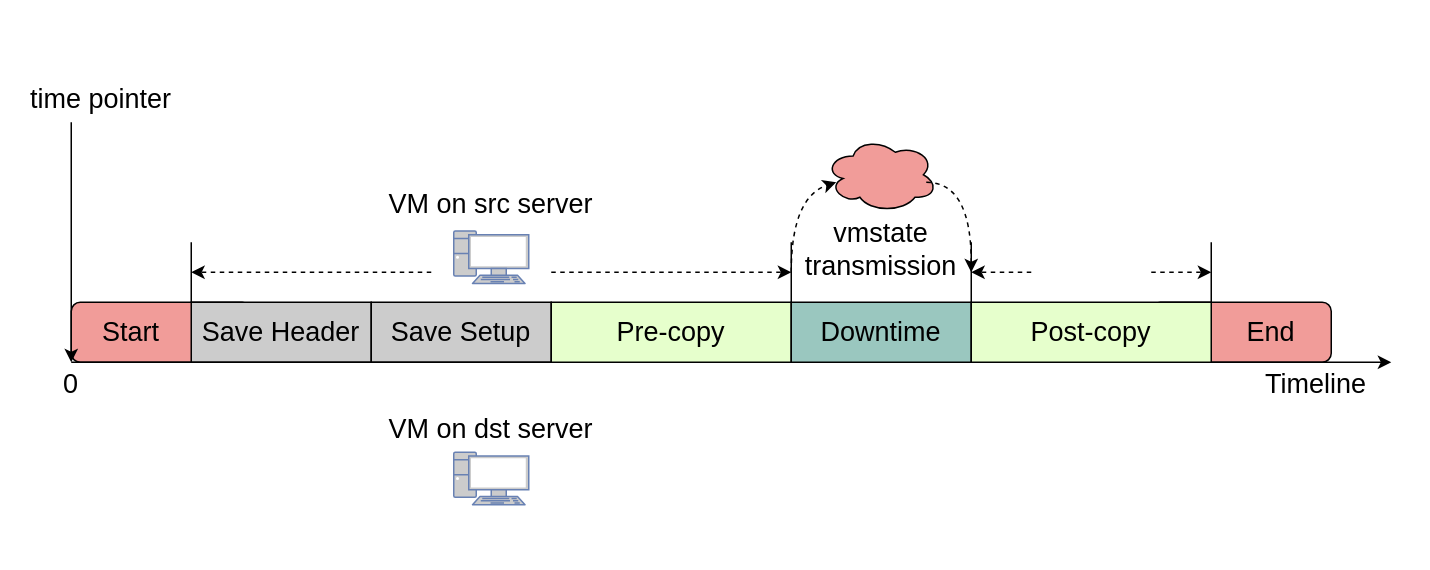
This is qemu-migration/postcopy error model.drawio from xuyizhe1999/drawio, a draw.io file, before an edit. Source tidied: cells renumbered, new cells numbered last; positions are measured from the earlier drawing's top-left corner, leaving out a move shared by most shapes. Both pictures are drawn from the tidied source at 150%, with x=0, y=0 at pixel (26, 76).
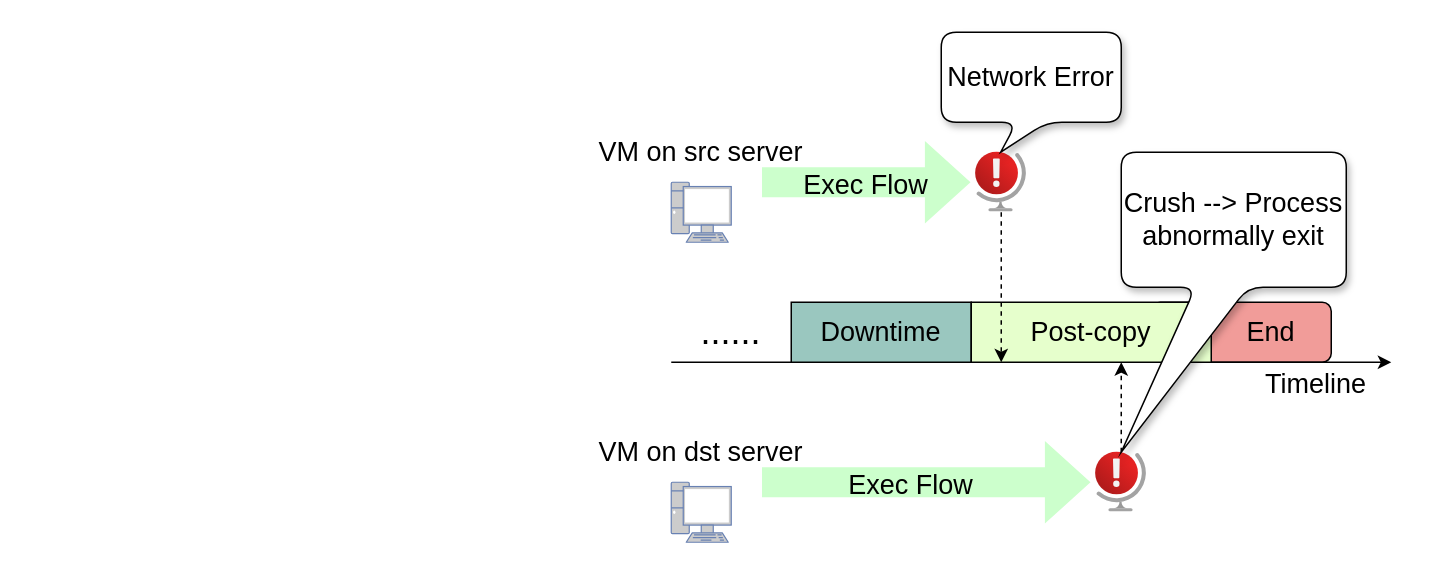
The same diagram, later.

Unchanged cells that the change refers to:
```xml
<mxCell id="10" value="Post-copy" style="rounded=0;whiteSpace=wrap;html=1;fontSize=18;fillColor=#E6FFCC;" parent="1" vertex="1">
  <mxGeometry x="630" y="150" width="160" height="40" as="geometry" />
</mxCell>
```

The edit, as a diff of the source:
```diff
@@
-    <mxCell id="3" style="rounded=1;whiteSpace=wrap;html=1;fillColor=#F19C99;" parent="1" vertex="1">
-      <mxGeometry x="30" y="150" width="120" height="40" as="geometry" />
-    </mxCell>
-    <mxCell id="4" value="&lt;font style=&quot;font-size: 18px;&quot;&gt;Start&lt;/font&gt;" style="text;html=1;strokeColor=none;fillColor=none;align=center;verticalAlign=middle;whiteSpace=wrap;rounded=0;" parent="1" vertex="1">
-      <mxGeometry x="40" y="155" width="60" height="30" as="geometry" />
-    </mxCell>
-    <mxCell id="5" value="Save Header" style="rounded=0;whiteSpace=wrap;html=1;fontSize=18;fillColor=#CCCCCC;" parent="1" vertex="1">
-      <mxGeometry x="110" y="150" width="120" height="40" as="geometry" />
-    </mxCell>
-    <mxCell id="6" value="Save Setup" style="rounded=0;whiteSpace=wrap;html=1;fontSize=18;fillColor=#CCCCCC;" parent="1" vertex="1">
-      <mxGeometry x="230" y="150" width="120" height="40" as="geometry" />
-    </mxCell>
     <mxCell id="7" style="endArrow=classic;html=1;rounded=0;fontSize=18;" parent="1" edge="1">
       <mxGeometry relative="1" as="geometry">
-        <mxPoint x="30" y="190" as="sourcePoint" />
+        <mxPoint x="430" y="190" as="sourcePoint" />
         <mxPoint x="910" y="190" as="targetPoint" />
       </mxGeometry>
     </mxCell>
-    <mxCell id="8" value="Pre-copy" style="rounded=0;whiteSpace=wrap;html=1;fontSize=18;fillColor=#E6FFCC;" parent="1" vertex="1">
-      <mxGeometry x="350" y="150" width="160" height="40" as="geometry" />
-    </mxCell>
@@
     <mxCell id="13" style="fontColor=#0066CC;verticalAlign=top;verticalLabelPosition=bottom;labelPosition=center;align=center;html=1;fillColor=#CCCCCC;strokeColor=#6881B3;gradientColor=none;gradientDirection=north;strokeWidth=2;shape=mxgraph.networks.pc;fontSize=18;" parent="1" vertex="1">
-      <mxGeometry x="285" y="102.5" width="50" height="35" as="geometry" />
+      <mxGeometry x="430" y="70" width="40" height="40" as="geometry" />
     </mxCell>
-    <mxCell id="14" style="endArrow=none;html=1;rounded=0;fontSize=18;" parent="1" edge="1">
-      <mxGeometry relative="1" as="geometry">
-        <mxPoint x="110" y="150" as="sourcePoint" />
-        <mxPoint x="110" y="110" as="targetPoint" />
-      </mxGeometry>
-    </mxCell>
-    <mxCell id="15" style="endArrow=none;html=1;rounded=0;fontSize=18;" parent="1" edge="1">
-      <mxGeometry relative="1" as="geometry">
-        <mxPoint x="510" y="150" as="sourcePoint" />
-        <mxPoint x="510" y="110" as="targetPoint" />
-      </mxGeometry>
-    </mxCell>
     <mxCell id="16" value="VM on src server" style="text;html=1;strokeColor=none;fillColor=none;align=center;verticalAlign=middle;whiteSpace=wrap;rounded=0;fontSize=18;" parent="1" vertex="1">
-      <mxGeometry x="230" y="70" width="160" height="30" as="geometry" />
+      <mxGeometry x="370" y="30" width="160" height="40" as="geometry" />
     </mxCell>
-    <mxCell id="17" style="endArrow=classic;html=1;rounded=0;fontSize=18;dashed=1;" parent="1" edge="1">
-      <mxGeometry relative="1" as="geometry">
-        <mxPoint x="270" y="130" as="sourcePoint" />
-        <mxPoint x="110" y="130" as="targetPoint" />
-      </mxGeometry>
-    </mxCell>
-    <mxCell id="18" style="endArrow=classic;html=1;rounded=0;fontSize=18;dashed=1;" parent="1" edge="1">
-      <mxGeometry relative="1" as="geometry">
-        <mxPoint x="350" y="130" as="sourcePoint" />
-        <mxPoint x="510" y="130" as="targetPoint" />
-      </mxGeometry>
-    </mxCell>
-    <mxCell id="19" style="endArrow=none;html=1;rounded=0;fontSize=18;" parent="1" edge="1">
-      <mxGeometry relative="1" as="geometry">
-        <mxPoint x="630" y="150" as="sourcePoint" />
-        <mxPoint x="630" y="110" as="targetPoint" />
-      </mxGeometry>
-    </mxCell>
-    <mxCell id="20" style="endArrow=none;html=1;rounded=0;fontSize=18;" parent="1" edge="1">
-      <mxGeometry relative="1" as="geometry">
-        <mxPoint x="790" y="150" as="sourcePoint" />
-        <mxPoint x="790" y="110" as="targetPoint" />
-      </mxGeometry>
-    </mxCell>
     <mxCell id="21" style="fontColor=#0066CC;verticalAlign=top;verticalLabelPosition=bottom;labelPosition=center;align=center;html=1;fillColor=#CCCCCC;strokeColor=#6881B3;gradientColor=none;gradientDirection=north;strokeWidth=2;shape=mxgraph.networks.pc;fontSize=18;" parent="1" vertex="1">
-      <mxGeometry x="285" y="250" width="50" height="35" as="geometry" />
+      <mxGeometry x="430" y="270" width="40" height="40" as="geometry" />
     </mxCell>
-    <mxCell id="22" style="endArrow=classic;html=1;rounded=0;fontSize=18;dashed=1;" parent="1" edge="1">
-      <mxGeometry relative="1" as="geometry">
-        <mxPoint x="670" y="130" as="sourcePoint" />
-        <mxPoint x="630" y="130" as="targetPoint" />
-      </mxGeometry>
-    </mxCell>
-    <mxCell id="23" style="endArrow=classic;html=1;rounded=0;fontSize=18;dashed=1;" parent="1" edge="1">
-      <mxGeometry relative="1" as="geometry">
-        <mxPoint x="750" y="130" as="sourcePoint" />
-        <mxPoint x="790" y="130" as="targetPoint" />
-      </mxGeometry>
-    </mxCell>
     <mxCell id="24" value="VM on dst server" style="text;html=1;strokeColor=none;fillColor=none;align=center;verticalAlign=middle;whiteSpace=wrap;rounded=0;fontSize=18;" parent="1" vertex="1">
-      <mxGeometry x="230" y="220" width="160" height="30" as="geometry" />
+      <mxGeometry x="370" y="230" width="160" height="40" as="geometry" />
     </mxCell>
-    <mxCell id="25" style="ellipse;shape=cloud;whiteSpace=wrap;html=1;fontSize=18;fillColor=#F19C99;" parent="1" vertex="1">
-      <mxGeometry x="532.5" y="40" width="75" height="50" as="geometry" />
-    </mxCell>
-    <mxCell id="26" style="curved=1;endArrow=classic;html=1;rounded=0;fontSize=18;dashed=1;" parent="1" edge="1">
-      <mxGeometry relative="1" as="geometry">
-        <mxPoint x="510" y="130" as="sourcePoint" />
-        <mxPoint x="540" y="70" as="targetPoint" />
-        <Array as="points">
-          <mxPoint x="510" y="80" />
-        </Array>
-      </mxGeometry>
-    </mxCell>
-    <mxCell id="27" style="curved=1;endArrow=classic;html=1;rounded=0;dashed=1;fontSize=18;" parent="1" edge="1">
-      <mxGeometry relative="1" as="geometry">
-        <mxPoint x="600" y="70" as="sourcePoint" />
-        <mxPoint x="630" y="130" as="targetPoint" />
-        <Array as="points">
-          <mxPoint x="630" y="70" />
-        </Array>
-      </mxGeometry>
-    </mxCell>
-    <mxCell id="28" value="vmstate transmission" style="text;html=1;strokeColor=none;fillColor=none;align=center;verticalAlign=middle;whiteSpace=wrap;rounded=0;fontSize=18;" parent="1" vertex="1">
-      <mxGeometry x="540" y="100" width="60" height="30" as="geometry" />
-    </mxCell>
-    <mxCell id="29" value="&lt;font style=&quot;font-size: 18px;&quot;&gt;0&lt;/font&gt;" style="text;html=1;strokeColor=none;fillColor=none;align=center;verticalAlign=middle;whiteSpace=wrap;rounded=0;" parent="1" vertex="1">
-      <mxGeometry y="190" width="60" height="30" as="geometry" />
-    </mxCell>
-    <mxCell id="30" value="time pointer" style="text;html=1;strokeColor=none;fillColor=none;align=center;verticalAlign=middle;whiteSpace=wrap;rounded=0;fontSize=18;" parent="1" vertex="1">
-      <mxGeometry width="100" height="30" as="geometry" />
-    </mxCell>
-    <mxCell id="31" style="endArrow=classic;html=1;rounded=0;fontSize=18;entryX=0;entryY=1;entryDx=0;entryDy=0;" parent="1" edge="1" target="3">
-      <mxGeometry relative="1" as="geometry">
-        <mxPoint x="30" y="30" as="sourcePoint" />
-      </mxGeometry>
-    </mxCell>
+    <mxCell id="32" style="shape=flexArrow;endArrow=classic;html=1;rounded=0;fillColor=#CCFFCC;strokeColor=none;exitX=0.75;exitY=1;exitDx=0;exitDy=0;startArrow=none;width=20;endWidth=34.11764705882353;endSize=9.8;" parent="1" edge="1" source="16">
+      <mxGeometry relative="1" as="geometry">
+        <mxPoint x="630" y="70" as="targetPoint" />
+        <Array as="points">
+          <mxPoint x="610" y="70" />
+        </Array>
+      </mxGeometry>
+    </mxCell>
+    <mxCell id="33" value="&lt;font style=&quot;font-size: 24px;&quot;&gt;......&lt;/font&gt;" style="text;html=1;strokeColor=none;fillColor=none;align=center;verticalAlign=middle;whiteSpace=wrap;rounded=0;" parent="1" vertex="1">
+      <mxGeometry x="430" y="150" width="80" height="40" as="geometry" />
+    </mxCell>
+    <mxCell id="34" style="html=1;align=center;image;fontSize=12;image=img/lib/azure2/general/Globe_Error.svg;" parent="1" vertex="1">
+      <mxGeometry x="630" y="50" width="40" height="40" as="geometry" />
+    </mxCell>
+    <mxCell id="35" style="endArrow=classic;html=1;rounded=0;fontSize=24;fillColor=#CCFFCC;dashed=1;" parent="1" edge="1">
+      <mxGeometry relative="1" as="geometry">
+        <mxPoint x="650" y="90" as="sourcePoint" />
+        <mxPoint x="650" y="190" as="targetPoint" />
+      </mxGeometry>
+    </mxCell>
+    <mxCell id="36" style="shape=flexArrow;endArrow=none;html=1;rounded=0;fillColor=#CCFFCC;strokeColor=none;exitX=0.75;exitY=1;exitDx=0;exitDy=0;" parent="1" edge="1" source="16" target="38">
+      <mxGeometry relative="1" as="geometry" />
+    </mxCell>
+    <mxCell id="37" style="shape=flexArrow;endArrow=classic;html=1;rounded=0;fillColor=#CCFFCC;strokeColor=none;exitX=0.75;exitY=1;exitDx=0;exitDy=0;startArrow=none;width=20;endWidth=34.11764705882353;endSize=9.8;" parent="1" edge="1">
+      <mxGeometry relative="1" as="geometry">
+        <mxPoint x="490" y="270" as="sourcePoint" />
+        <mxPoint x="710" y="270" as="targetPoint" />
+        <Array as="points">
+          <mxPoint x="610" y="270" />
+        </Array>
+      </mxGeometry>
+    </mxCell>
+    <mxCell id="38" value="&lt;font style=&quot;font-size: 18px;&quot;&gt;Exec Flow&lt;/font&gt;" style="text;html=1;strokeColor=none;fillColor=none;align=center;verticalAlign=middle;whiteSpace=wrap;rounded=0;fontSize=24;" parent="1" vertex="1">
+      <mxGeometry x="490" y="50" width="140" height="40" as="geometry" />
+    </mxCell>
+    <mxCell id="39" value="&lt;font style=&quot;font-size: 18px;&quot;&gt;Exec Flow&lt;/font&gt;" style="text;html=1;strokeColor=none;fillColor=none;align=center;verticalAlign=middle;whiteSpace=wrap;rounded=0;fontSize=24;" parent="1" vertex="1">
+      <mxGeometry x="510" y="250" width="160" height="40" as="geometry" />
+    </mxCell>
+    <mxCell id="40" style="html=1;align=center;image;fontSize=12;image=img/lib/azure2/general/Globe_Error.svg;" parent="1" vertex="1">
+      <mxGeometry x="710" y="250" width="40" height="40" as="geometry" />
+    </mxCell>
+    <mxCell id="41" style="endArrow=classic;html=1;rounded=0;fontSize=24;fillColor=#CCFFCC;dashed=1;entryX=0.625;entryY=1;entryDx=0;entryDy=0;entryPerimeter=0;" parent="1" edge="1" target="10">
+      <mxGeometry relative="1" as="geometry">
+        <mxPoint x="730" y="250" as="sourcePoint" />
+      </mxGeometry>
+    </mxCell>
+    <mxCell id="42" value="Network Error" style="shape=callout;whiteSpace=wrap;html=1;perimeter=calloutPerimeter;fontSize=18;size=20;position=0.42;base=20;position2=0.33;rounded=1;shadow=1;" parent="1" vertex="1">
+      <mxGeometry x="610" y="-30" width="120" height="80" as="geometry" />
+    </mxCell>
+    <mxCell id="43" value="Crush --&amp;gt; Process abnormally exit" style="shape=callout;whiteSpace=wrap;html=1;perimeter=calloutPerimeter;fontSize=18;rotation=0;size=110;position=0.33;position2=0;base=35;fillColor=default;rounded=1;shadow=1;" parent="1" vertex="1">
+      <mxGeometry x="730" y="50" width="150" height="200" as="geometry" />
+    </mxCell>
```
